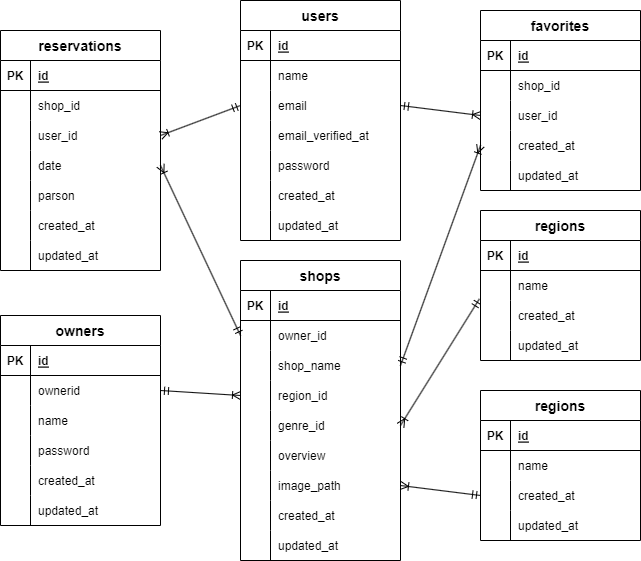
Above: src/.drawio.png in yoshikiakazawa/Rese_rest (draw.io), before the change. Source tidied: cells renumbered, new cells last; positions are measured from the earlier drawing's top-left corner, leaving out a move shared by most shapes.
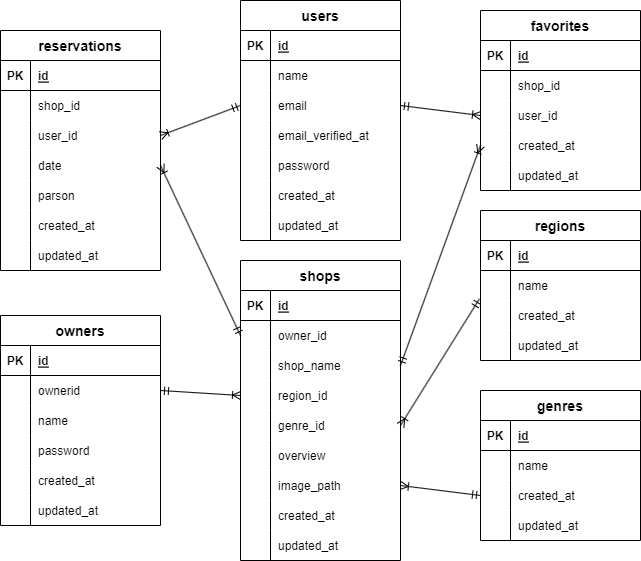
Above is the later version.

The edit, as a diff of the source:
```diff
@@ -371,7 +371,7 @@
     <mxCell id="124" value="updated_at" style="shape=partialRectangle;fillColor=none;top=0;left=0;bottom=0;right=0;align=left;spacingLeft=6;overflow=hidden;" parent="122" vertex="1">
       <mxGeometry x="30" width="130" height="30" as="geometry" />
     </mxCell>
-    <mxCell id="125" value="regions" style="shape=table;startSize=30;rowLines=0;fontStyle=1;align=center;fontSize=14;" parent="1" vertex="1">
+    <mxCell id="125" value="genres" style="shape=table;startSize=30;rowLines=0;fontStyle=1;align=center;fontSize=14;" parent="1" vertex="1">
       <mxGeometry x="480" y="390" width="160" height="150" as="geometry" />
     </mxCell>
     <mxCell id="126" style="shape=tableRow;horizontal=0;startSize=0;swimlaneHead=0;swimlaneBody=0;fillColor=none;top=0;left=0;right=0;bottom=1;" parent="125" vertex="1">
```
